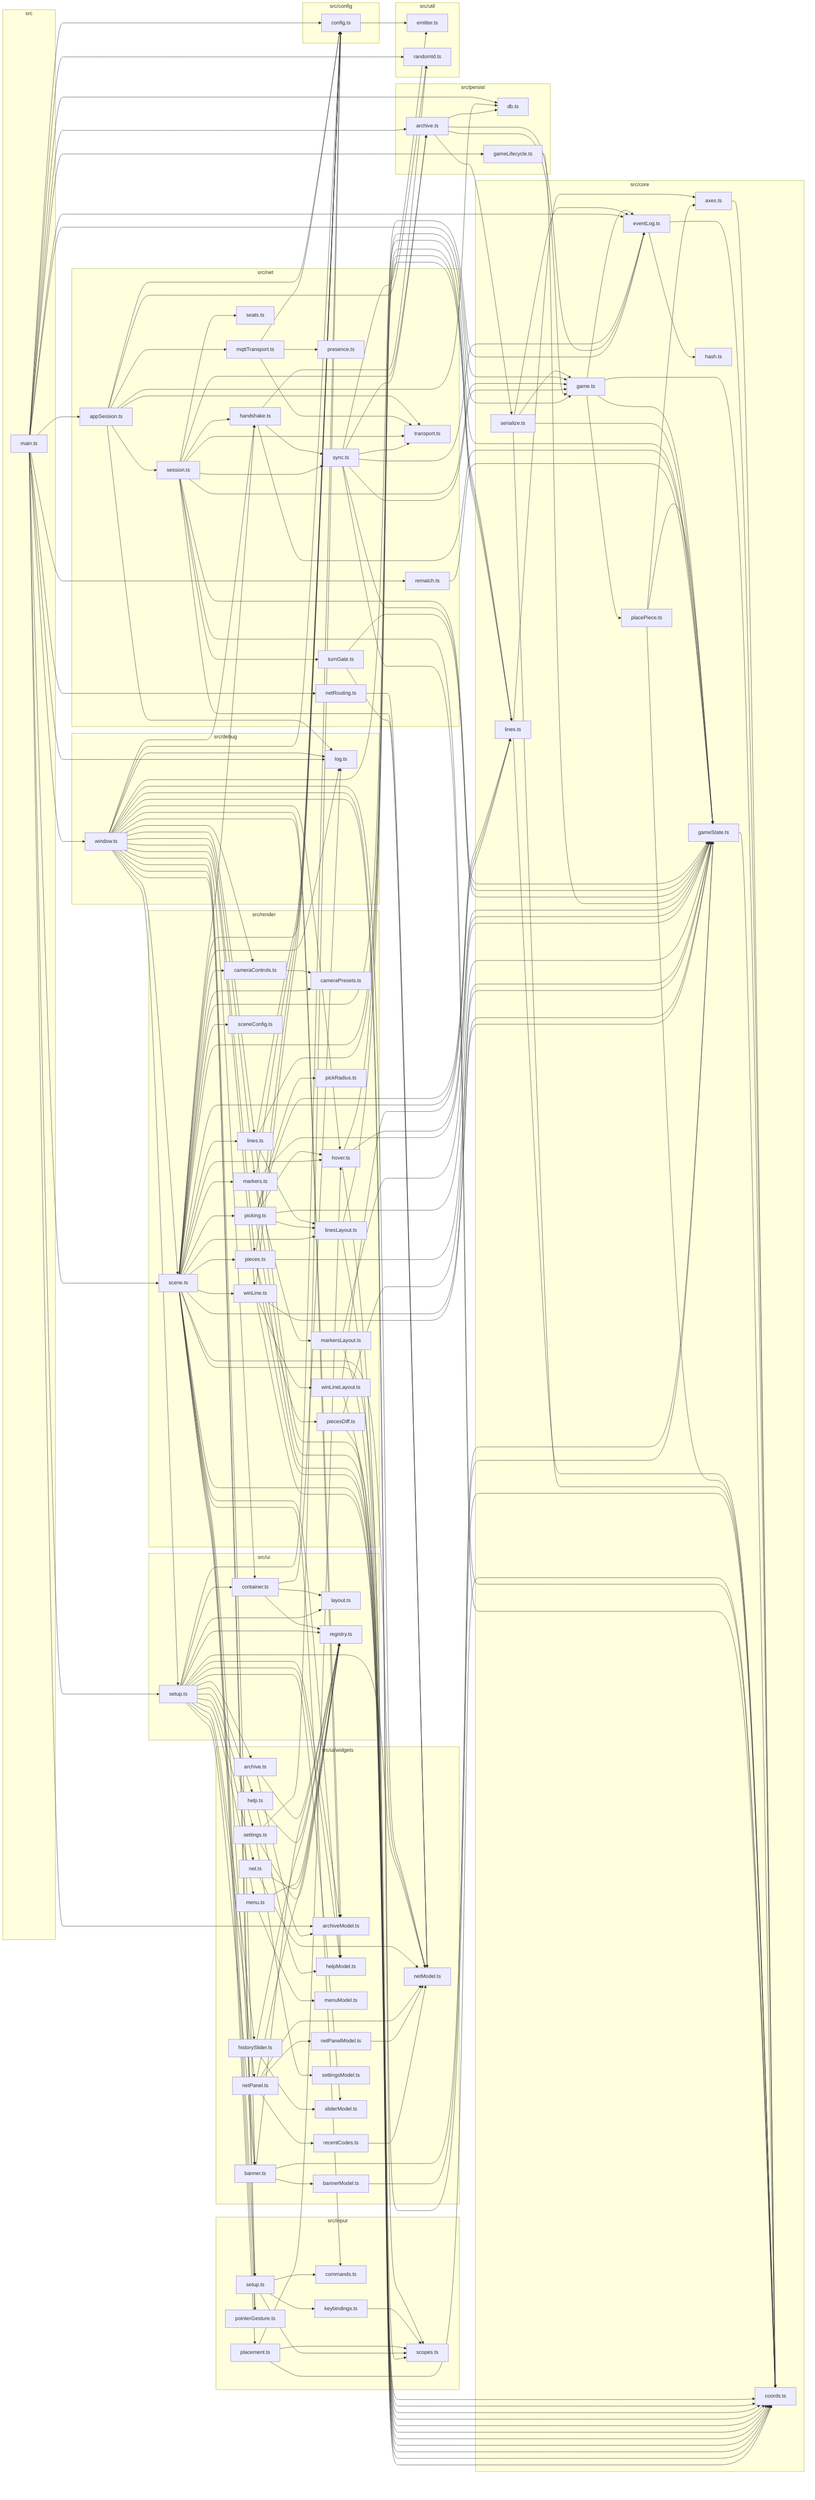
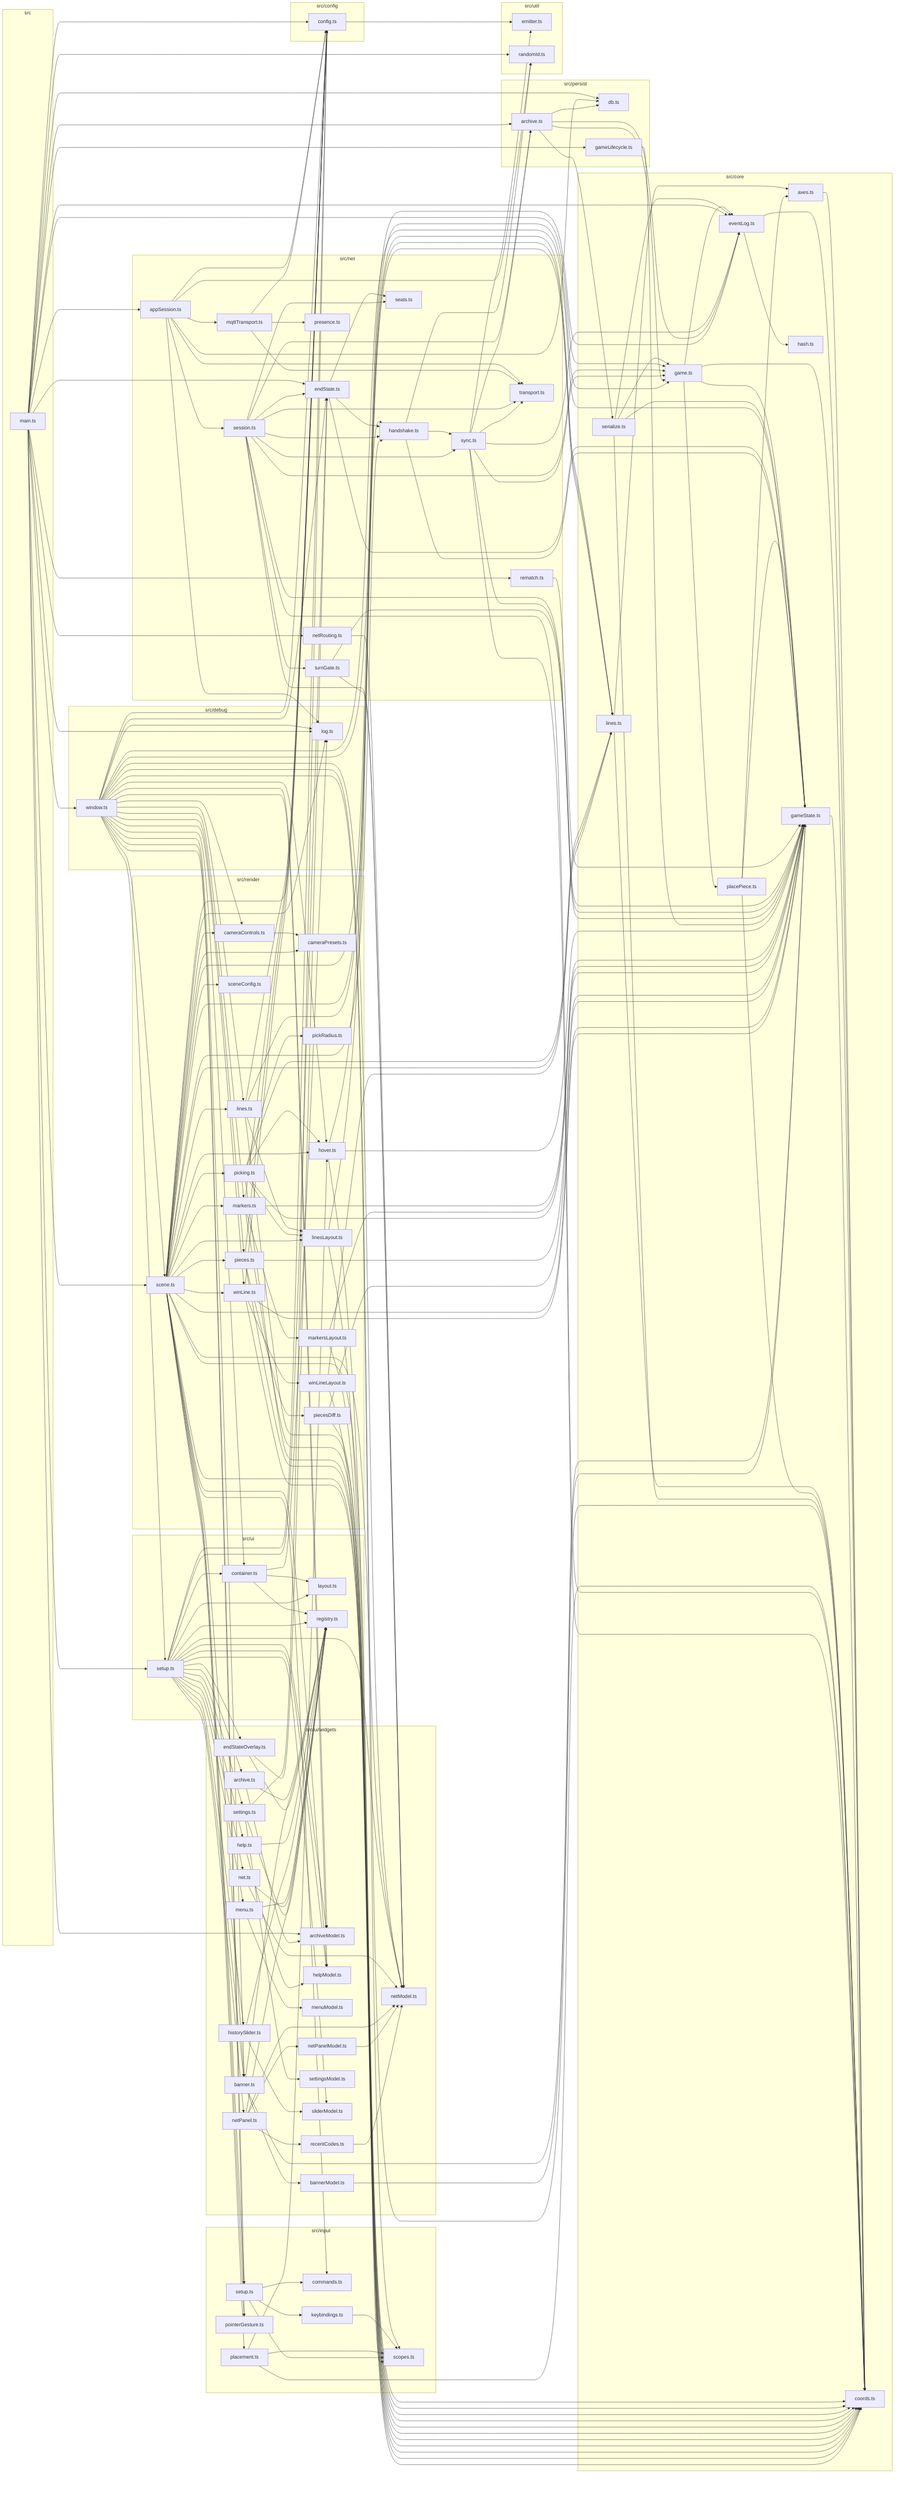
graph LR
    subgraph src
        src_main_ts["main.ts"]
    end
    subgraph src/config
        src_config_config_ts["config.ts"]
    end
    subgraph src/core
        src_core_axes_ts["axes.ts"]
        src_core_coords_ts["coords.ts"]
        src_core_eventLog_ts["eventLog.ts"]
        src_core_game_ts["game.ts"]
        src_core_gameState_ts["gameState.ts"]
        src_core_hash_ts["hash.ts"]
        src_core_lines_ts["lines.ts"]
        src_core_placePiece_ts["placePiece.ts"]
        src_core_serialize_ts["serialize.ts"]
    end
    subgraph src/debug
        src_debug_log_ts["log.ts"]
        src_debug_window_ts["window.ts"]
    end
    subgraph src/input
        src_input_commands_ts["commands.ts"]
        src_input_keybindings_ts["keybindings.ts"]
        src_input_placement_ts["placement.ts"]
        src_input_pointerGesture_ts["pointerGesture.ts"]
        src_input_scopes_ts["scopes.ts"]
        src_input_setup_ts["setup.ts"]
    end
    subgraph src/net
        src_net_appSession_ts["appSession.ts"]
+         src_net_endState_ts["endState.ts"]
        src_net_handshake_ts["handshake.ts"]
        src_net_mqttTransport_ts["mqttTransport.ts"]
        src_net_netRouting_ts["netRouting.ts"]
        src_net_presence_ts["presence.ts"]
        src_net_rematch_ts["rematch.ts"]
        src_net_seats_ts["seats.ts"]
        src_net_session_ts["session.ts"]
        src_net_sync_ts["sync.ts"]
        src_net_transport_ts["transport.ts"]
        src_net_turnGate_ts["turnGate.ts"]
    end
    subgraph src/persist
        src_persist_archive_ts["archive.ts"]
        src_persist_db_ts["db.ts"]
        src_persist_gameLifecycle_ts["gameLifecycle.ts"]
    end
    subgraph src/render
        src_render_cameraControls_ts["cameraControls.ts"]
        src_render_cameraPresets_ts["cameraPresets.ts"]
        src_render_hover_ts["hover.ts"]
        src_render_lines_ts["lines.ts"]
        src_render_linesLayout_ts["linesLayout.ts"]
        src_render_markers_ts["markers.ts"]
        src_render_markersLayout_ts["markersLayout.ts"]
        src_render_pickRadius_ts["pickRadius.ts"]
        src_render_picking_ts["picking.ts"]
        src_render_pieces_ts["pieces.ts"]
        src_render_piecesDiff_ts["piecesDiff.ts"]
        src_render_scene_ts["scene.ts"]
        src_render_sceneConfig_ts["sceneConfig.ts"]
        src_render_winLine_ts["winLine.ts"]
        src_render_winLineLayout_ts["winLineLayout.ts"]
    end
    subgraph src/ui
        src_ui_container_ts["container.ts"]
        src_ui_layout_ts["layout.ts"]
        src_ui_registry_ts["registry.ts"]
        src_ui_setup_ts["setup.ts"]
    end
    subgraph src/ui/widgets
        src_ui_widgets_archive_ts["archive.ts"]
        src_ui_widgets_archiveModel_ts["archiveModel.ts"]
        src_ui_widgets_banner_ts["banner.ts"]
        src_ui_widgets_bannerModel_ts["bannerModel.ts"]
+         src_ui_widgets_endStateOverlay_ts["endStateOverlay.ts"]
        src_ui_widgets_help_ts["help.ts"]
        src_ui_widgets_helpModel_ts["helpModel.ts"]
        src_ui_widgets_historySlider_ts["historySlider.ts"]
        src_ui_widgets_menu_ts["menu.ts"]
        src_ui_widgets_menuModel_ts["menuModel.ts"]
        src_ui_widgets_net_ts["net.ts"]
        src_ui_widgets_netModel_ts["netModel.ts"]
        src_ui_widgets_netPanel_ts["netPanel.ts"]
        src_ui_widgets_netPanelModel_ts["netPanelModel.ts"]
        src_ui_widgets_recentCodes_ts["recentCodes.ts"]
        src_ui_widgets_settings_ts["settings.ts"]
        src_ui_widgets_settingsModel_ts["settingsModel.ts"]
        src_ui_widgets_sliderModel_ts["sliderModel.ts"]
    end
    subgraph src/util
        src_util_emitter_ts["emitter.ts"]
        src_util_randomId_ts["randomId.ts"]
    end
    src_config_config_ts --> src_util_emitter_ts
    src_core_axes_ts --> src_core_coords_ts
    src_core_eventLog_ts --> src_core_coords_ts
    src_core_eventLog_ts --> src_core_hash_ts
    src_core_game_ts --> src_core_coords_ts
    src_core_game_ts --> src_core_eventLog_ts
    src_core_game_ts --> src_core_gameState_ts
    src_core_game_ts --> src_core_placePiece_ts
    src_core_gameState_ts --> src_core_coords_ts
    src_core_lines_ts --> src_core_axes_ts
    src_core_lines_ts --> src_core_coords_ts
    src_core_placePiece_ts --> src_core_axes_ts
    src_core_placePiece_ts --> src_core_coords_ts
    src_core_placePiece_ts --> src_core_gameState_ts
    src_core_serialize_ts --> src_core_coords_ts
    src_core_serialize_ts --> src_core_eventLog_ts
    src_core_serialize_ts --> src_core_game_ts
    src_core_serialize_ts --> src_core_gameState_ts
    src_debug_window_ts --> src_config_config_ts
    src_debug_window_ts --> src_core_coords_ts
    src_debug_window_ts --> src_core_gameState_ts
    src_debug_window_ts --> src_debug_log_ts
    src_debug_window_ts --> src_input_pointerGesture_ts
    src_debug_window_ts --> src_input_scopes_ts
    src_debug_window_ts --> src_input_setup_ts
+     src_debug_window_ts --> src_net_endState_ts
    src_debug_window_ts --> src_net_handshake_ts
    src_debug_window_ts --> src_render_cameraControls_ts
    src_debug_window_ts --> src_render_hover_ts
    src_debug_window_ts --> src_render_lines_ts
    src_debug_window_ts --> src_render_markers_ts
    src_debug_window_ts --> src_render_pieces_ts
    src_debug_window_ts --> src_render_scene_ts
    src_debug_window_ts --> src_render_winLine_ts
    src_debug_window_ts --> src_ui_container_ts
    src_debug_window_ts --> src_ui_setup_ts
    src_debug_window_ts --> src_ui_widgets_archiveModel_ts
    src_debug_window_ts --> src_ui_widgets_banner_ts
    src_debug_window_ts --> src_ui_widgets_helpModel_ts
    src_debug_window_ts --> src_ui_widgets_netModel_ts
    src_input_keybindings_ts --> src_input_scopes_ts
    src_input_placement_ts --> src_core_coords_ts
    src_input_placement_ts --> src_input_scopes_ts
    src_input_placement_ts --> src_render_hover_ts
    src_input_setup_ts --> src_input_commands_ts
    src_input_setup_ts --> src_input_keybindings_ts
    src_input_setup_ts --> src_input_scopes_ts
    src_main_ts --> src_config_config_ts
    src_main_ts --> src_core_eventLog_ts
    src_main_ts --> src_core_game_ts
    src_main_ts --> src_debug_log_ts
    src_main_ts --> src_debug_window_ts
    src_main_ts --> src_net_appSession_ts
+     src_main_ts --> src_net_endState_ts
    src_main_ts --> src_net_netRouting_ts
    src_main_ts --> src_net_rematch_ts
    src_main_ts --> src_persist_archive_ts
    src_main_ts --> src_persist_db_ts
    src_main_ts --> src_persist_gameLifecycle_ts
    src_main_ts --> src_render_scene_ts
    src_main_ts --> src_ui_setup_ts
    src_main_ts --> src_ui_widgets_archiveModel_ts
    src_main_ts --> src_util_randomId_ts
    src_net_appSession_ts --> src_config_config_ts
    src_net_appSession_ts --> src_debug_log_ts
    src_net_appSession_ts --> src_net_mqttTransport_ts
    src_net_appSession_ts --> src_net_session_ts
    src_net_appSession_ts --> src_net_transport_ts
    src_net_appSession_ts --> src_persist_db_ts
    src_net_appSession_ts --> src_util_randomId_ts
+     src_net_endState_ts --> src_core_gameState_ts
+     src_net_endState_ts --> src_net_handshake_ts
+     src_net_endState_ts --> src_net_seats_ts
    src_net_handshake_ts --> src_core_gameState_ts
    src_net_handshake_ts --> src_net_sync_ts
    src_net_handshake_ts --> src_util_randomId_ts
    src_net_mqttTransport_ts --> src_config_config_ts
    src_net_mqttTransport_ts --> src_net_presence_ts
    src_net_mqttTransport_ts --> src_net_transport_ts
    src_net_netRouting_ts --> src_ui_widgets_netModel_ts
    src_net_rematch_ts --> src_core_gameState_ts
    src_net_session_ts --> src_core_coords_ts
    src_net_session_ts --> src_core_game_ts
    src_net_session_ts --> src_core_gameState_ts
+     src_net_session_ts --> src_net_endState_ts
    src_net_session_ts --> src_net_handshake_ts
    src_net_session_ts --> src_net_seats_ts
    src_net_session_ts --> src_net_sync_ts
    src_net_session_ts --> src_net_transport_ts
    src_net_session_ts --> src_net_turnGate_ts
    src_net_session_ts --> src_persist_archive_ts
    src_net_session_ts --> src_ui_widgets_netModel_ts
    src_net_sync_ts --> src_core_coords_ts
    src_net_sync_ts --> src_core_eventLog_ts
    src_net_sync_ts --> src_core_game_ts
    src_net_sync_ts --> src_core_gameState_ts
    src_net_sync_ts --> src_net_transport_ts
    src_net_sync_ts --> src_persist_archive_ts
    src_net_sync_ts --> src_util_emitter_ts
    src_net_turnGate_ts --> src_core_gameState_ts
    src_net_turnGate_ts --> src_ui_widgets_netModel_ts
    src_persist_archive_ts --> src_core_eventLog_ts
    src_persist_archive_ts --> src_core_game_ts
    src_persist_archive_ts --> src_core_serialize_ts
    src_persist_archive_ts --> src_persist_db_ts
    src_persist_gameLifecycle_ts --> src_core_gameState_ts
    src_render_cameraControls_ts --> src_render_cameraPresets_ts
    src_render_hover_ts --> src_core_coords_ts
    src_render_hover_ts --> src_core_gameState_ts
    src_render_hover_ts --> src_core_lines_ts
    src_render_lines_ts --> src_config_config_ts
    src_render_lines_ts --> src_core_coords_ts
    src_render_lines_ts --> src_core_lines_ts
    src_render_lines_ts --> src_render_linesLayout_ts
    src_render_linesLayout_ts --> src_core_coords_ts
    src_render_linesLayout_ts --> src_core_lines_ts
    src_render_markers_ts --> src_config_config_ts
    src_render_markers_ts --> src_core_coords_ts
    src_render_markers_ts --> src_core_gameState_ts
    src_render_markers_ts --> src_render_markersLayout_ts
    src_render_markersLayout_ts --> src_core_coords_ts
    src_render_markersLayout_ts --> src_core_gameState_ts
    src_render_picking_ts --> src_core_coords_ts
    src_render_picking_ts --> src_core_gameState_ts
    src_render_picking_ts --> src_core_lines_ts
    src_render_picking_ts --> src_render_hover_ts
    src_render_picking_ts --> src_render_linesLayout_ts
    src_render_picking_ts --> src_render_pickRadius_ts
    src_render_pieces_ts --> src_config_config_ts
    src_render_pieces_ts --> src_core_coords_ts
    src_render_pieces_ts --> src_core_gameState_ts
    src_render_pieces_ts --> src_render_piecesDiff_ts
    src_render_piecesDiff_ts --> src_core_coords_ts
    src_render_piecesDiff_ts --> src_core_gameState_ts
    src_render_scene_ts --> src_config_config_ts
    src_render_scene_ts --> src_core_coords_ts
    src_render_scene_ts --> src_core_eventLog_ts
    src_render_scene_ts --> src_core_game_ts
    src_render_scene_ts --> src_core_gameState_ts
    src_render_scene_ts --> src_core_lines_ts
    src_render_scene_ts --> src_debug_log_ts
    src_render_scene_ts --> src_input_commands_ts
    src_render_scene_ts --> src_input_placement_ts
    src_render_scene_ts --> src_input_pointerGesture_ts
    src_render_scene_ts --> src_input_scopes_ts
    src_render_scene_ts --> src_input_setup_ts
    src_render_scene_ts --> src_net_handshake_ts
    src_render_scene_ts --> src_render_cameraControls_ts
    src_render_scene_ts --> src_render_cameraPresets_ts
    src_render_scene_ts --> src_render_hover_ts
    src_render_scene_ts --> src_render_lines_ts
    src_render_scene_ts --> src_render_linesLayout_ts
    src_render_scene_ts --> src_render_markers_ts
    src_render_scene_ts --> src_render_picking_ts
    src_render_scene_ts --> src_render_pieces_ts
    src_render_scene_ts --> src_render_sceneConfig_ts
    src_render_scene_ts --> src_render_winLine_ts
    src_render_scene_ts --> src_ui_widgets_banner_ts
    src_render_scene_ts --> src_ui_widgets_helpModel_ts
    src_render_scene_ts --> src_ui_widgets_netModel_ts
    src_render_winLine_ts --> src_config_config_ts
    src_render_winLine_ts --> src_core_coords_ts
    src_render_winLine_ts --> src_core_gameState_ts
    src_render_winLine_ts --> src_render_winLineLayout_ts
    src_render_winLineLayout_ts --> src_core_coords_ts
    src_render_winLineLayout_ts --> src_core_lines_ts
    src_ui_container_ts --> src_debug_log_ts
    src_ui_container_ts --> src_ui_layout_ts
    src_ui_container_ts --> src_ui_registry_ts
    src_ui_setup_ts --> src_config_config_ts
+     src_ui_setup_ts --> src_net_endState_ts
    src_ui_setup_ts --> src_ui_container_ts
    src_ui_setup_ts --> src_ui_layout_ts
    src_ui_setup_ts --> src_ui_registry_ts
    src_ui_setup_ts --> src_ui_widgets_archive_ts
    src_ui_setup_ts --> src_ui_widgets_archiveModel_ts
    src_ui_setup_ts --> src_ui_widgets_banner_ts
+     src_ui_setup_ts --> src_ui_widgets_endStateOverlay_ts
    src_ui_setup_ts --> src_ui_widgets_help_ts
    src_ui_setup_ts --> src_ui_widgets_helpModel_ts
    src_ui_setup_ts --> src_ui_widgets_historySlider_ts
    src_ui_setup_ts --> src_ui_widgets_menu_ts
    src_ui_setup_ts --> src_ui_widgets_net_ts
    src_ui_setup_ts --> src_ui_widgets_netModel_ts
    src_ui_setup_ts --> src_ui_widgets_netPanel_ts
    src_ui_setup_ts --> src_ui_widgets_settings_ts
    src_ui_setup_ts --> src_ui_widgets_sliderModel_ts
    src_ui_widgets_archive_ts --> src_ui_registry_ts
    src_ui_widgets_archive_ts --> src_ui_widgets_archiveModel_ts
    src_ui_widgets_banner_ts --> src_core_gameState_ts
    src_ui_widgets_banner_ts --> src_ui_registry_ts
    src_ui_widgets_banner_ts --> src_ui_widgets_bannerModel_ts
    src_ui_widgets_bannerModel_ts --> src_core_gameState_ts
+     src_ui_widgets_endStateOverlay_ts --> src_net_endState_ts
+     src_ui_widgets_endStateOverlay_ts --> src_ui_registry_ts
    src_ui_widgets_help_ts --> src_ui_registry_ts
    src_ui_widgets_help_ts --> src_ui_widgets_helpModel_ts
    src_ui_widgets_historySlider_ts --> src_ui_registry_ts
    src_ui_widgets_historySlider_ts --> src_ui_widgets_sliderModel_ts
    src_ui_widgets_menu_ts --> src_ui_registry_ts
    src_ui_widgets_menu_ts --> src_ui_widgets_menuModel_ts
    src_ui_widgets_net_ts --> src_ui_registry_ts
    src_ui_widgets_net_ts --> src_ui_widgets_netModel_ts
    src_ui_widgets_netPanel_ts --> src_ui_registry_ts
    src_ui_widgets_netPanel_ts --> src_ui_widgets_netModel_ts
    src_ui_widgets_netPanel_ts --> src_ui_widgets_netPanelModel_ts
    src_ui_widgets_netPanel_ts --> src_ui_widgets_recentCodes_ts
    src_ui_widgets_netPanelModel_ts --> src_ui_widgets_netModel_ts
    src_ui_widgets_recentCodes_ts --> src_ui_widgets_netModel_ts
    src_ui_widgets_settings_ts --> src_config_config_ts
    src_ui_widgets_settings_ts --> src_ui_registry_ts
    src_ui_widgets_settings_ts --> src_ui_widgets_settingsModel_ts
